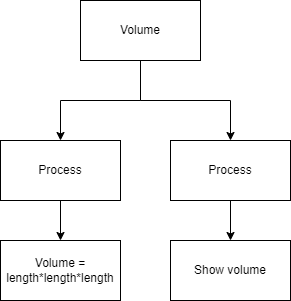
This is design.png from Huzaifa-Khalid-2/ICS3U-Assigment-6-Python, a draw.io export, as it was before one commit. Source tidied: cells renumbered, new cells last; positions are measured from the earlier drawing's top-left corner, leaving out a move shared by most shapes. The source it was exported from:
```xml
<mxGraphModel>
  <root>
    <mxCell id="0" />
    <mxCell id="1" parent="0" />
    <mxCell id="2" style="edgeStyle=orthogonalEdgeStyle;html=1;exitX=0.5;exitY=1;exitDx=0;exitDy=0;entryX=0.5;entryY=0;entryDx=0;entryDy=0;rounded=0;" parent="1" edge="1" source="4" target="6">
      <mxGeometry relative="1" as="geometry" />
    </mxCell>
    <mxCell id="3" style="edgeStyle=orthogonalEdgeStyle;html=1;entryX=0.5;entryY=0;entryDx=0;entryDy=0;rounded=0;" parent="1" edge="1" source="4" target="8">
      <mxGeometry relative="1" as="geometry" />
    </mxCell>
    <mxCell id="4" value="Volume" style="rounded=0;whiteSpace=wrap;html=1;" parent="1" vertex="1">
      <mxGeometry x="80" width="120" height="60" as="geometry" />
    </mxCell>
    <mxCell id="5" style="edgeStyle=orthogonalEdgeStyle;rounded=0;html=1;" parent="1" edge="1" source="6">
      <mxGeometry relative="1" as="geometry">
        <mxPoint x="60" y="240" as="targetPoint" />
      </mxGeometry>
    </mxCell>
    <mxCell id="6" value="Process" style="rounded=0;whiteSpace=wrap;html=1;" parent="1" vertex="1">
      <mxGeometry y="140" width="120" height="60" as="geometry" />
    </mxCell>
    <mxCell id="7" style="edgeStyle=orthogonalEdgeStyle;rounded=0;html=1;entryX=0.5;entryY=0;entryDx=0;entryDy=0;" parent="1" edge="1" source="8" target="10">
      <mxGeometry relative="1" as="geometry" />
    </mxCell>
    <mxCell id="8" value="Process" style="rounded=0;whiteSpace=wrap;html=1;" parent="1" vertex="1">
      <mxGeometry x="170" y="140" width="120" height="60" as="geometry" />
    </mxCell>
    <mxCell id="9" value="Volume = length*length*length" style="rounded=0;whiteSpace=wrap;html=1;" parent="1" vertex="1">
      <mxGeometry y="240" width="120" height="60" as="geometry" />
    </mxCell>
    <mxCell id="10" value="Show volume" style="rounded=0;whiteSpace=wrap;html=1;" parent="1" vertex="1">
      <mxGeometry x="170" y="240" width="120" height="60" as="geometry" />
    </mxCell>
  </root>
</mxGraphModel>
```
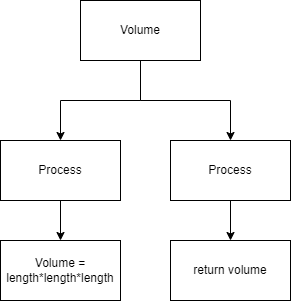
After the change.

The edit, as a diff of the source:
```diff
@@ -28,7 +28,7 @@
     <mxCell id="9" value="Volume = length*length*length" style="rounded=0;whiteSpace=wrap;html=1;" parent="1" vertex="1">
       <mxGeometry y="240" width="120" height="60" as="geometry" />
     </mxCell>
-    <mxCell id="10" value="Show volume" style="rounded=0;whiteSpace=wrap;html=1;" parent="1" vertex="1">
+    <mxCell id="10" value="return volume" style="rounded=0;whiteSpace=wrap;html=1;" parent="1" vertex="1">
       <mxGeometry x="170" y="240" width="120" height="60" as="geometry" />
     </mxCell>
   </root>
```
